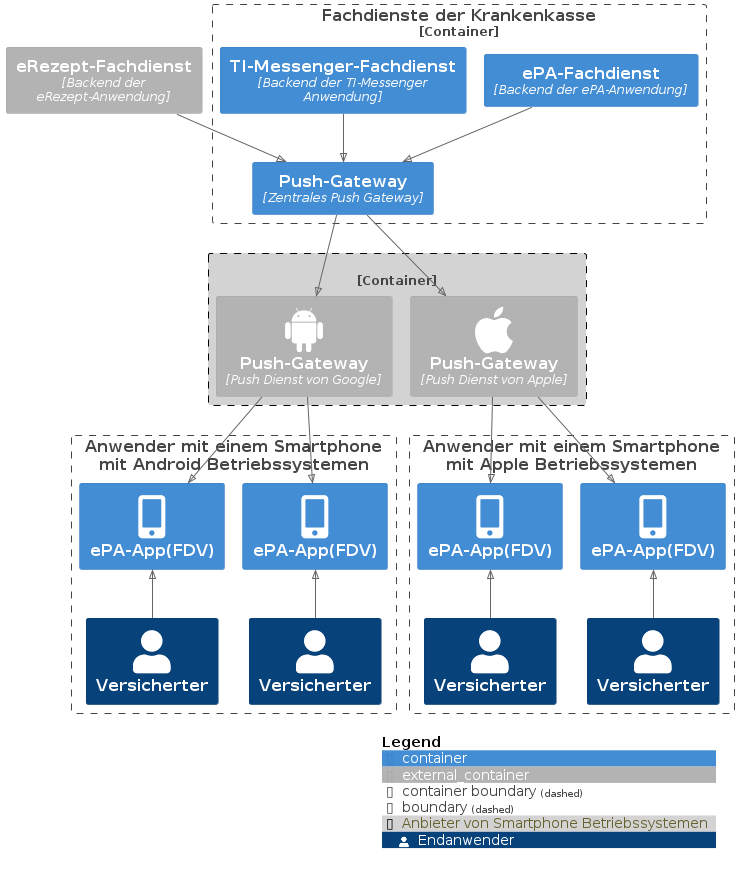
Before: images/diagrams/TI-Messenger-Dienst/Ressourcen/notifications.png, a diagram exported from PlantUML (gematik/api-ti-messenger).
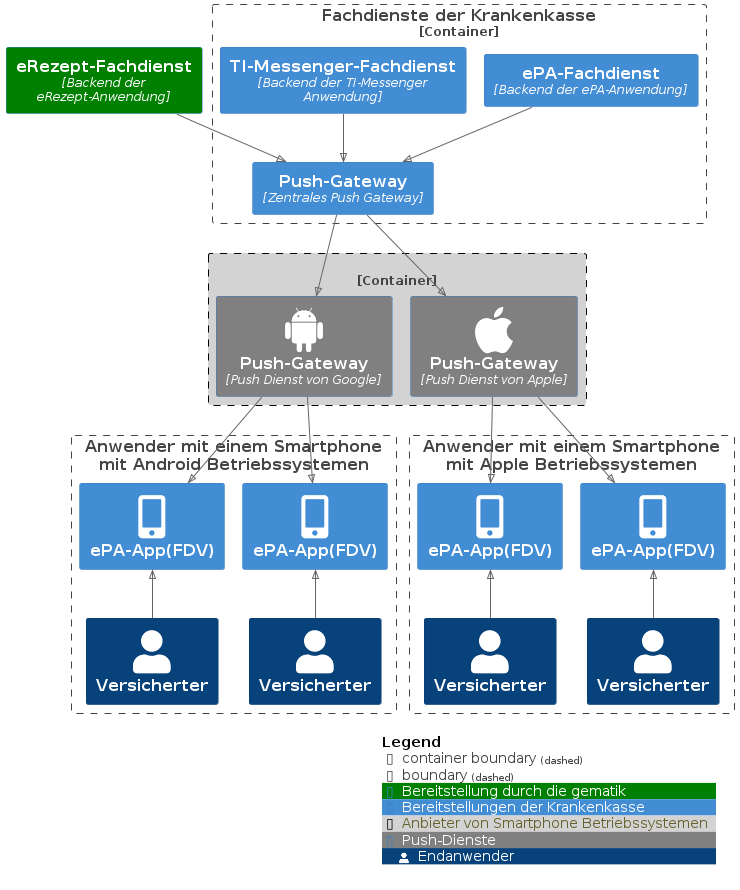
The same file after the commit.

Commit message:
Commit from GitHub Actions (GeneratePlantumlImages)

Diff of the diagram source:
```diff
@@ -7,8 +7,10 @@
 !include <tupadr3/devicons2/android>
 !include <tupadr3/devicons2/apple_original>
 
-Container_Ext(erezept, "eRezept-Fachdienst", "Backend der eRezept-Anwendung")
+AddContainerTag(er, #Green, $legendText="Bereitstellung durch die gematik")
+Container_Ext(erezept, "eRezept-Fachdienst", "Backend der eRezept-Anwendung", $tags=er)
 
+AddContainerTag(kk, $legendText="Bereitstellungen der Krankenkasse")
 Container_Boundary(kv, "Fachdienste der Krankenkasse") {
     Container(push, "Push-Gateway", "Zentrales Push Gateway", $tags=kk)
     Container(epa, "ePA-Fachdienst", "Backend der ePA-Anwendung", $tags=kk)
@@ -20,9 +22,10 @@
 Rel(tim, push, "")
 
 AddBoundaryTag(push, #LightGray, $legendText=Anbieter von Smartphone Betriebssystemen, $borderColor=#Black)
+AddContainerTag(pd, #Gray, $legendText=Push-Dienste)
 Container_Boundary(pp, "", $tags=push) {
-    Container_Ext(fcm, "Push-Gateway", "Push Dienst von Google", $sprite=android)
-    Container_Ext(apn, "Push-Gateway", "Push Dienst von Apple", $sprite=apple_original)
+    Container(fcm, "Push-Gateway", "Push Dienst von Google", $tags=pd, $sprite=android)
+    Container(apn, "Push-Gateway", "Push Dienst von Apple", $tags=pd, $sprite=apple_original)
 }
 Rel(push, fcm, "")
 Rel(push, apn, "")
@@ -51,5 +54,6 @@
 Rel(apn, s3, "")
 Rel(apn, s4, "")
 
+
 SHOW_LEGEND()
 @enduml
```
